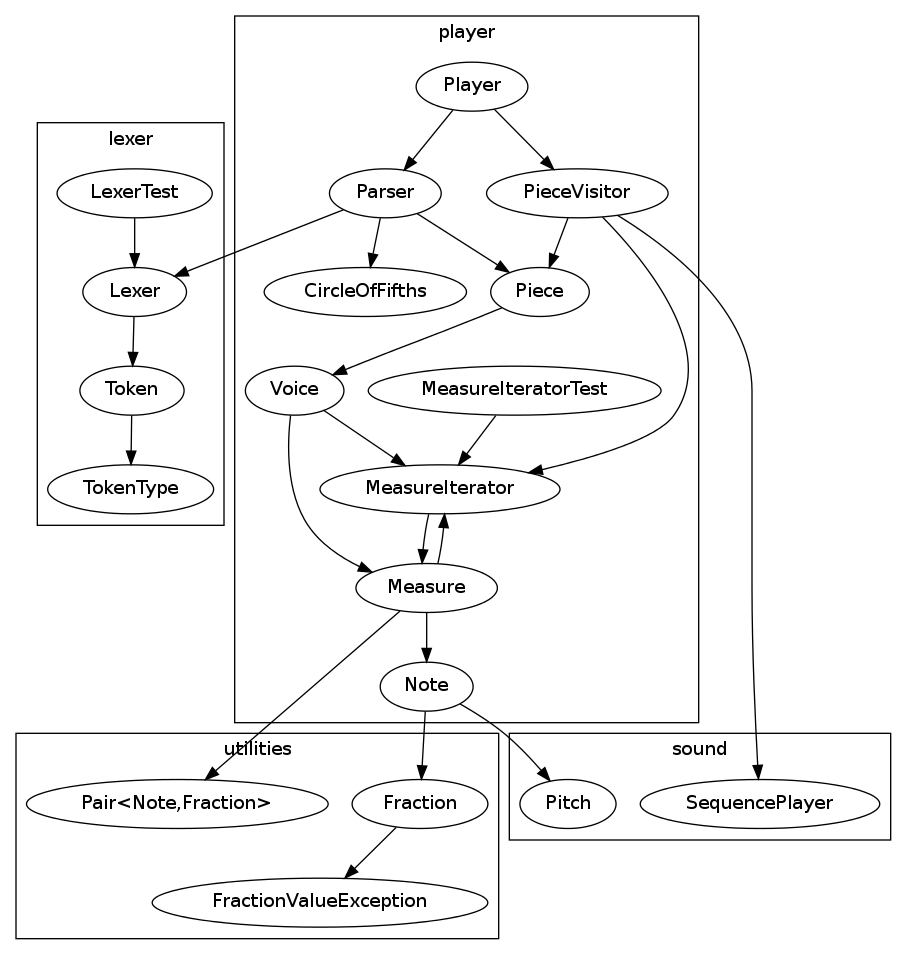
Before: docs/classes.png, a diagram exported from Graphviz (Zomega/abcplayer). Its source is kept beside it as docs/classes.dot.
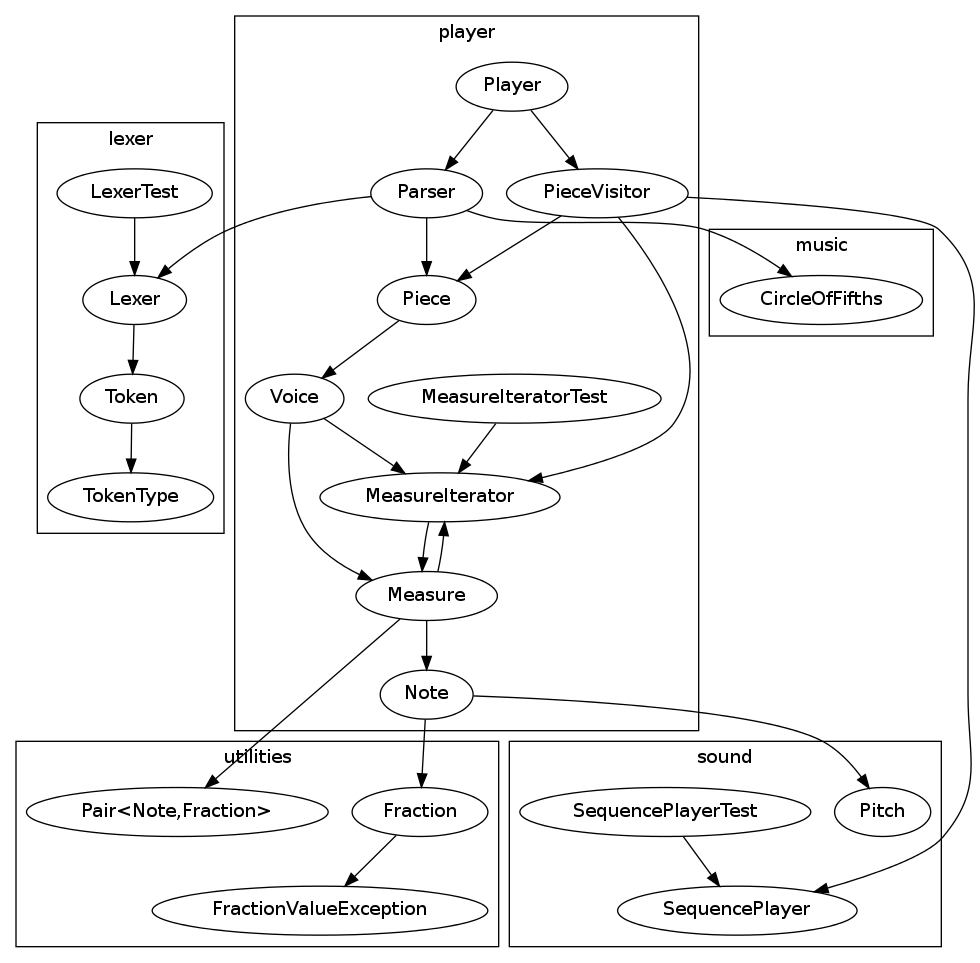
The same file after the commit.

Change to the diagram source:
```diff
@@ -3,21 +3,19 @@
 digraph Classes {
 	subgraph cluster_lexer {
 		label = "lexer";
-		Lexer;
-		Token;
-		TokenType;
+		Lexer -> Token->TokenType;
 		LexerTest;
 	}
 	subgraph cluster_utilities {
 		label = "utilities";
-		Fraction;
-		FractionValueException;
+		Fraction->FractionValueException;
 		"Pair<Note,Fraction>";
 	}
 	subgraph cluster_sound {
 		label = "sound";
 		Pitch;
 		SequencePlayer;
+		SequencePlayerTest;
 	}
 	subgraph cluster_player {
 		label = "player";
@@ -32,9 +30,7 @@
 		Note;
 		MeasureIteratorTest;
 	}
-	Parser -> Lexer -> Token->TokenType;
-	Parser -> CircleOfFifths
-	Parser -> Piece;
+
 	PieceVisitor -> Piece;
 	PieceVisitor -> MeasureIterator->Measure;
 	Measure->MeasureIterator;
@@ -42,9 +38,14 @@
 	Piece->Voice->Measure->Note;
 	Measure->"Pair<Note,Fraction>";
 	Note->Pitch;
-	Note->Fraction->FractionValueException;
+	Note->Fraction;
+
+	Parser -> Lexer;
+	Parser -> CircleOfFifths
+	Parser -> Piece;
 	Player -> Parser;
 	Player -> PieceVisitor -> SequencePlayer;
 	LexerTest->Lexer;
 	MeasureIteratorTest->MeasureIterator;
+	SequencePlayerTest->SequencePlayer;
 }
```
